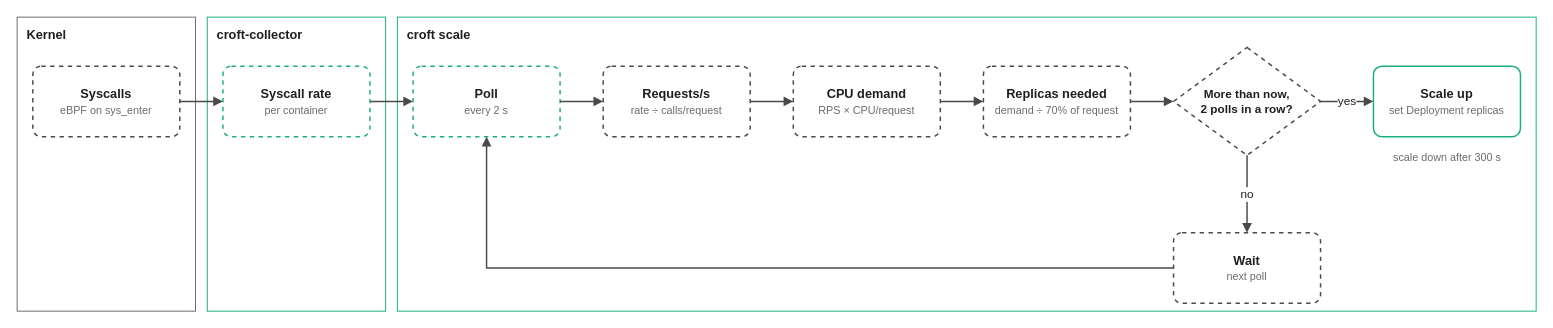
Above: labs/research/experiment/assets/croft-flow.drawio in danielcristho/croft (draw.io), before the change. Source tidied: cells renumbered, new cells numbered last; positions are measured from the earlier drawing's top-left corner, leaving out a move shared by most shapes. Both pictures are drawn from the tidied source at 98%, with x=0, y=0 at pixel (17, 17).
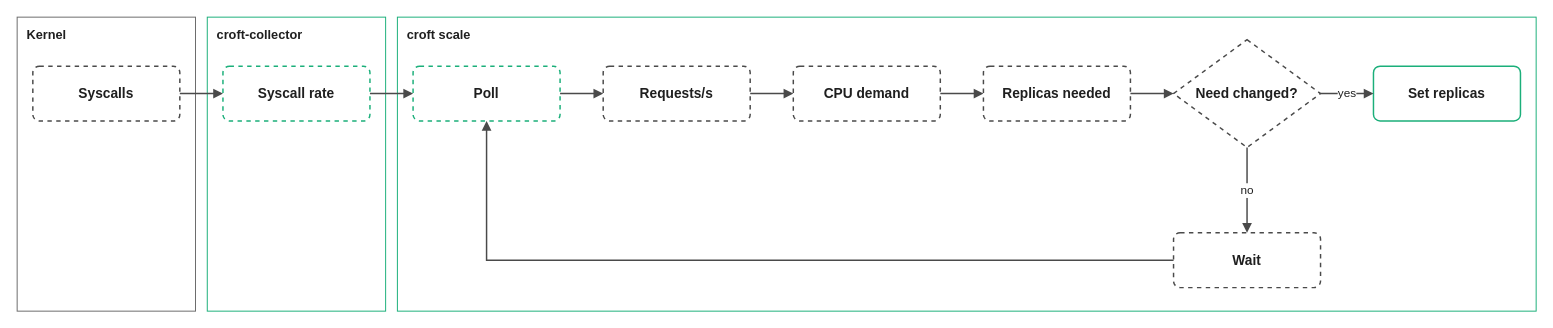
Above is the later version.

Diff of the diagram source:
```diff
@@
-    <mxCell id="5" value="&lt;b&gt;Syscalls&lt;/b&gt;&lt;br&gt;&lt;span style=&quot;font-size:11px;color:#6B6B6B&quot;&gt;eBPF on sys_enter&lt;/span&gt;" style="rounded=1;arcSize=12;whiteSpace=wrap;html=1;fillColor=#FFFFFF;strokeColor=#4A4A4A;strokeWidth=1.5;dashed=1;fontColor=#1F1F1F;fontSize=13;" parent="1" vertex="1">
-      <mxGeometry x="16" y="50" width="150" height="72" as="geometry" />
+    <mxCell id="5" value="&lt;b&gt;Syscalls&lt;/b&gt;" style="rounded=1;arcSize=12;whiteSpace=wrap;html=1;fillColor=#FFFFFF;strokeColor=#4A4A4A;strokeWidth=1.5;dashed=1;fontColor=#1F1F1F;fontSize=14;" parent="1" vertex="1">
+      <mxGeometry x="16" y="50" width="150" height="56" as="geometry" />
     </mxCell>
-    <mxCell id="6" value="&lt;b&gt;Syscall rate&lt;/b&gt;&lt;br&gt;&lt;span style=&quot;font-size:11px;color:#6B6B6B&quot;&gt;per container&lt;/span&gt;" style="rounded=1;arcSize=12;whiteSpace=wrap;html=1;fillColor=#FFFFFF;strokeColor=#1BAF7A;strokeWidth=1.5;dashed=1;fontColor=#1F1F1F;fontSize=13;" parent="1" vertex="1">
-      <mxGeometry x="210" y="50" width="150" height="72" as="geometry" />
+    <mxCell id="6" value="&lt;b&gt;Syscall rate&lt;/b&gt;" style="rounded=1;arcSize=12;whiteSpace=wrap;html=1;fillColor=#FFFFFF;strokeColor=#1BAF7A;strokeWidth=1.5;dashed=1;fontColor=#1F1F1F;fontSize=14;" parent="1" vertex="1">
+      <mxGeometry x="210" y="50" width="150" height="56" as="geometry" />
     </mxCell>
-    <mxCell id="7" value="&lt;b&gt;Poll&lt;/b&gt;&lt;br&gt;&lt;span style=&quot;font-size:11px;color:#6B6B6B&quot;&gt;every 2 s&lt;/span&gt;" style="rounded=1;arcSize=12;whiteSpace=wrap;html=1;fillColor=#FFFFFF;strokeColor=#1BAF7A;strokeWidth=1.5;dashed=1;fontColor=#1F1F1F;fontSize=13;" parent="1" vertex="1">
-      <mxGeometry x="404" y="50" width="150" height="72" as="geometry" />
+    <mxCell id="7" value="&lt;b&gt;Poll&lt;/b&gt;" style="rounded=1;arcSize=12;whiteSpace=wrap;html=1;fillColor=#FFFFFF;strokeColor=#1BAF7A;strokeWidth=1.5;dashed=1;fontColor=#1F1F1F;fontSize=14;" parent="1" vertex="1">
+      <mxGeometry x="404" y="50" width="150" height="56" as="geometry" />
     </mxCell>
-    <mxCell id="8" value="&lt;b&gt;Requests/s&lt;/b&gt;&lt;br&gt;&lt;span style=&quot;font-size:11px;color:#6B6B6B&quot;&gt;rate ÷ calls/request&lt;/span&gt;" style="rounded=1;arcSize=12;whiteSpace=wrap;html=1;fillColor=#FFFFFF;strokeColor=#4A4A4A;strokeWidth=1.5;dashed=1;fontColor=#1F1F1F;fontSize=13;" parent="1" vertex="1">
-      <mxGeometry x="598" y="50" width="150" height="72" as="geometry" />
+    <mxCell id="8" value="&lt;b&gt;Requests/s&lt;/b&gt;" style="rounded=1;arcSize=12;whiteSpace=wrap;html=1;fillColor=#FFFFFF;strokeColor=#4A4A4A;strokeWidth=1.5;dashed=1;fontColor=#1F1F1F;fontSize=14;" parent="1" vertex="1">
+      <mxGeometry x="598" y="50" width="150" height="56" as="geometry" />
     </mxCell>
-    <mxCell id="9" value="&lt;b&gt;CPU demand&lt;/b&gt;&lt;br&gt;&lt;span style=&quot;font-size:11px;color:#6B6B6B&quot;&gt;RPS × CPU/request&lt;/span&gt;" style="rounded=1;arcSize=12;whiteSpace=wrap;html=1;fillColor=#FFFFFF;strokeColor=#4A4A4A;strokeWidth=1.5;dashed=1;fontColor=#1F1F1F;fontSize=13;" parent="1" vertex="1">
-      <mxGeometry x="792" y="50" width="150" height="72" as="geometry" />
+    <mxCell id="9" value="&lt;b&gt;CPU demand&lt;/b&gt;" style="rounded=1;arcSize=12;whiteSpace=wrap;html=1;fillColor=#FFFFFF;strokeColor=#4A4A4A;strokeWidth=1.5;dashed=1;fontColor=#1F1F1F;fontSize=14;" parent="1" vertex="1">
+      <mxGeometry x="792" y="50" width="150" height="56" as="geometry" />
     </mxCell>
-    <mxCell id="10" value="&lt;b&gt;Replicas needed&lt;/b&gt;&lt;br&gt;&lt;span style=&quot;font-size:11px;color:#6B6B6B&quot;&gt;demand ÷ 70% of request&lt;/span&gt;" style="rounded=1;arcSize=12;whiteSpace=wrap;html=1;fillColor=#FFFFFF;strokeColor=#4A4A4A;strokeWidth=1.5;dashed=1;fontColor=#1F1F1F;fontSize=13;" parent="1" vertex="1">
-      <mxGeometry x="986" y="50" width="150" height="72" as="geometry" />
+    <mxCell id="10" value="&lt;b&gt;Replicas needed&lt;/b&gt;" style="rounded=1;arcSize=12;whiteSpace=wrap;html=1;fillColor=#FFFFFF;strokeColor=#4A4A4A;strokeWidth=1.5;dashed=1;fontColor=#1F1F1F;fontSize=14;" parent="1" vertex="1">
+      <mxGeometry x="986" y="50" width="150" height="56" as="geometry" />
     </mxCell>
-    <mxCell id="11" value="More than now,&lt;br&gt;2 polls in a row?" style="rhombus;whiteSpace=wrap;html=1;fillColor=#FFFFFF;strokeColor=#4A4A4A;strokeWidth=1.5;dashed=1;fontColor=#1F1F1F;fontSize=12;fontStyle=1;" parent="1" vertex="1">
-      <mxGeometry x="1180" y="31" width="150" height="110" as="geometry" />
+    <mxCell id="11" value="Need changed?" style="rhombus;whiteSpace=wrap;html=1;fillColor=#FFFFFF;strokeColor=#4A4A4A;strokeWidth=1.5;dashed=1;fontColor=#1F1F1F;fontSize=14;fontStyle=1;" parent="1" vertex="1">
+      <mxGeometry x="1180" y="23" width="150" height="110" as="geometry" />
     </mxCell>
-    <mxCell id="12" value="&lt;b&gt;Scale up&lt;/b&gt;&lt;br&gt;&lt;span style=&quot;font-size:11px;color:#6B6B6B&quot;&gt;set Deployment replicas&lt;/span&gt;" style="rounded=1;arcSize=12;whiteSpace=wrap;html=1;fillColor=#FFFFFF;strokeColor=#1BAF7A;strokeWidth=1.5;dashed=0;fontColor=#1F1F1F;fontSize=13;" parent="1" vertex="1">
-      <mxGeometry x="1384" y="50" width="150" height="72" as="geometry" />
+    <mxCell id="12" value="&lt;b&gt;Set replicas&lt;/b&gt;" style="rounded=1;arcSize=12;whiteSpace=wrap;html=1;fillColor=#FFFFFF;strokeColor=#1BAF7A;strokeWidth=1.5;dashed=0;fontColor=#1F1F1F;fontSize=14;" parent="1" vertex="1">
+      <mxGeometry x="1384" y="50" width="150" height="56" as="geometry" />
     </mxCell>
-    <mxCell id="13" value="&lt;b&gt;Wait&lt;/b&gt;&lt;br&gt;&lt;span style=&quot;font-size:11px;color:#6B6B6B&quot;&gt;next poll&lt;/span&gt;" style="rounded=1;arcSize=12;whiteSpace=wrap;html=1;fillColor=#FFFFFF;strokeColor=#4A4A4A;strokeWidth=1.5;dashed=1;fontColor=#1F1F1F;fontSize=13;" parent="1" vertex="1">
-      <mxGeometry x="1180" y="220" width="150" height="72" as="geometry" />
+    <mxCell id="13" value="&lt;b&gt;Wait&lt;/b&gt;" style="rounded=1;arcSize=12;whiteSpace=wrap;html=1;fillColor=#FFFFFF;strokeColor=#4A4A4A;strokeWidth=1.5;dashed=1;fontColor=#1F1F1F;fontSize=14;" parent="1" vertex="1">
+      <mxGeometry x="1180" y="220" width="150" height="56" as="geometry" />
     </mxCell>
-    <mxCell id="14" value="&lt;span style=&quot;color:#6B6B6B&quot;&gt;scale down after 300 s&lt;/span&gt;" style="text;html=1;align=center;fontSize=11;" parent="1" vertex="1">
-      <mxGeometry x="1384" y="130" width="150" height="20" as="geometry" />
+    <mxCell id="14" style="edgeStyle=orthogonalEdgeStyle;rounded=0;html=1;strokeColor=#4A4A4A;strokeWidth=1.5;endArrow=block;endFill=1;fontColor=#1F1F1F;fontSize=12;labelBackgroundColor=#FFFFFF;exitX=1;exitY=0.5;exitDx=0;exitDy=0;entryX=0;entryY=0.5;entryDx=0;entryDy=0;" parent="1" edge="1" source="5" target="6">
+      <mxGeometry relative="1" as="geometry" />
     </mxCell>
-    <mxCell id="15" style="edgeStyle=orthogonalEdgeStyle;rounded=0;html=1;strokeColor=#4A4A4A;strokeWidth=1.5;endArrow=block;endFill=1;fontColor=#1F1F1F;fontSize=12;labelBackgroundColor=#FFFFFF;exitX=1;exitY=0.5;exitDx=0;exitDy=0;entryX=0;entryY=0.5;entryDx=0;entryDy=0;" parent="1" edge="1" source="5" target="6">
+    <mxCell id="15" style="edgeStyle=orthogonalEdgeStyle;rounded=0;html=1;strokeColor=#4A4A4A;strokeWidth=1.5;endArrow=block;endFill=1;fontColor=#1F1F1F;fontSize=12;labelBackgroundColor=#FFFFFF;exitX=1;exitY=0.5;exitDx=0;exitDy=0;entryX=0;entryY=0.5;entryDx=0;entryDy=0;" parent="1" edge="1" source="6" target="7">
       <mxGeometry relative="1" as="geometry" />
     </mxCell>
-    <mxCell id="16" style="edgeStyle=orthogonalEdgeStyle;rounded=0;html=1;strokeColor=#4A4A4A;strokeWidth=1.5;endArrow=block;endFill=1;fontColor=#1F1F1F;fontSize=12;labelBackgroundColor=#FFFFFF;exitX=1;exitY=0.5;exitDx=0;exitDy=0;entryX=0;entryY=0.5;entryDx=0;entryDy=0;" parent="1" edge="1" source="6" target="7">
+    <mxCell id="16" style="edgeStyle=orthogonalEdgeStyle;rounded=0;html=1;strokeColor=#4A4A4A;strokeWidth=1.5;endArrow=block;endFill=1;fontColor=#1F1F1F;fontSize=12;labelBackgroundColor=#FFFFFF;exitX=1;exitY=0.5;exitDx=0;exitDy=0;entryX=0;entryY=0.5;entryDx=0;entryDy=0;" parent="1" edge="1" source="7" target="8">
       <mxGeometry relative="1" as="geometry" />
     </mxCell>
-    <mxCell id="17" style="edgeStyle=orthogonalEdgeStyle;rounded=0;html=1;strokeColor=#4A4A4A;strokeWidth=1.5;endArrow=block;endFill=1;fontColor=#1F1F1F;fontSize=12;labelBackgroundColor=#FFFFFF;exitX=1;exitY=0.5;exitDx=0;exitDy=0;entryX=0;entryY=0.5;entryDx=0;entryDy=0;" parent="1" edge="1" source="7" target="8">
+    <mxCell id="17" style="edgeStyle=orthogonalEdgeStyle;rounded=0;html=1;strokeColor=#4A4A4A;strokeWidth=1.5;endArrow=block;endFill=1;fontColor=#1F1F1F;fontSize=12;labelBackgroundColor=#FFFFFF;exitX=1;exitY=0.5;exitDx=0;exitDy=0;entryX=0;entryY=0.5;entryDx=0;entryDy=0;" parent="1" edge="1" source="8" target="9">
       <mxGeometry relative="1" as="geometry" />
     </mxCell>
-    <mxCell id="18" style="edgeStyle=orthogonalEdgeStyle;rounded=0;html=1;strokeColor=#4A4A4A;strokeWidth=1.5;endArrow=block;endFill=1;fontColor=#1F1F1F;fontSize=12;labelBackgroundColor=#FFFFFF;exitX=1;exitY=0.5;exitDx=0;exitDy=0;entryX=0;entryY=0.5;entryDx=0;entryDy=0;" parent="1" edge="1" source="8" target="9">
+    <mxCell id="18" style="edgeStyle=orthogonalEdgeStyle;rounded=0;html=1;strokeColor=#4A4A4A;strokeWidth=1.5;endArrow=block;endFill=1;fontColor=#1F1F1F;fontSize=12;labelBackgroundColor=#FFFFFF;exitX=1;exitY=0.5;exitDx=0;exitDy=0;entryX=0;entryY=0.5;entryDx=0;entryDy=0;" parent="1" edge="1" source="9" target="10">
       <mxGeometry relative="1" as="geometry" />
     </mxCell>
-    <mxCell id="19" style="edgeStyle=orthogonalEdgeStyle;rounded=0;html=1;strokeColor=#4A4A4A;strokeWidth=1.5;endArrow=block;endFill=1;fontColor=#1F1F1F;fontSize=12;labelBackgroundColor=#FFFFFF;exitX=1;exitY=0.5;exitDx=0;exitDy=0;entryX=0;entryY=0.5;entryDx=0;entryDy=0;" parent="1" edge="1" source="9" target="10">
+    <mxCell id="19" style="edgeStyle=orthogonalEdgeStyle;rounded=0;html=1;strokeColor=#4A4A4A;strokeWidth=1.5;endArrow=block;endFill=1;fontColor=#1F1F1F;fontSize=12;labelBackgroundColor=#FFFFFF;exitX=1;exitY=0.5;exitDx=0;exitDy=0;entryX=0;entryY=0.5;entryDx=0;entryDy=0;" parent="1" edge="1" source="10" target="11">
       <mxGeometry relative="1" as="geometry" />
     </mxCell>
-    <mxCell id="20" style="edgeStyle=orthogonalEdgeStyle;rounded=0;html=1;strokeColor=#4A4A4A;strokeWidth=1.5;endArrow=block;endFill=1;fontColor=#1F1F1F;fontSize=12;labelBackgroundColor=#FFFFFF;exitX=1;exitY=0.5;exitDx=0;exitDy=0;entryX=0;entryY=0.5;entryDx=0;entryDy=0;" parent="1" edge="1" source="10" target="11">
+    <mxCell id="20" value="yes" style="edgeStyle=orthogonalEdgeStyle;rounded=0;html=1;strokeColor=#4A4A4A;strokeWidth=1.5;endArrow=block;endFill=1;fontColor=#1F1F1F;fontSize=12;labelBackgroundColor=#FFFFFF;exitX=1;exitY=0.5;exitDx=0;exitDy=0;entryX=0;entryY=0.5;entryDx=0;entryDy=0;" parent="1" edge="1" source="11" target="12">
       <mxGeometry relative="1" as="geometry" />
     </mxCell>
-    <mxCell id="21" value="yes" style="edgeStyle=orthogonalEdgeStyle;rounded=0;html=1;strokeColor=#4A4A4A;strokeWidth=1.5;endArrow=block;endFill=1;fontColor=#1F1F1F;fontSize=12;labelBackgroundColor=#FFFFFF;exitX=1;exitY=0.5;exitDx=0;exitDy=0;entryX=0;entryY=0.5;entryDx=0;entryDy=0;" parent="1" edge="1" source="11" target="12">
+    <mxCell id="21" value="no" style="edgeStyle=orthogonalEdgeStyle;rounded=0;html=1;strokeColor=#4A4A4A;strokeWidth=1.5;endArrow=block;endFill=1;fontColor=#1F1F1F;fontSize=12;labelBackgroundColor=#FFFFFF;exitX=0.5;exitY=1;exitDx=0;exitDy=0;entryX=0.5;entryY=0;entryDx=0;entryDy=0;" parent="1" edge="1" source="11" target="13">
       <mxGeometry relative="1" as="geometry" />
     </mxCell>
-    <mxCell id="22" value="no" style="edgeStyle=orthogonalEdgeStyle;rounded=0;html=1;strokeColor=#4A4A4A;strokeWidth=1.5;endArrow=block;endFill=1;fontColor=#1F1F1F;fontSize=12;labelBackgroundColor=#FFFFFF;exitX=0.5;exitY=1;exitDx=0;exitDy=0;entryX=0.5;entryY=0;entryDx=0;entryDy=0;" parent="1" edge="1" source="11" target="13">
-      <mxGeometry relative="1" as="geometry" />
+    <mxCell id="22" style="edgeStyle=orthogonalEdgeStyle;rounded=0;html=1;strokeColor=#4A4A4A;strokeWidth=1.5;endArrow=block;endFill=1;fontColor=#1F1F1F;fontSize=12;labelBackgroundColor=#FFFFFF;exitX=0;exitY=0.5;exitDx=0;exitDy=0;entryX=0.5;entryY=1;entryDx=0;entryDy=0;" parent="1" edge="1" source="13" target="7">
+      <mxGeometry relative="1" as="geometry">
+        <Array as="points">
+          <mxPoint x="479" y="248" />
+        </Array>
+      </mxGeometry>
     </mxCell>
-    <mxCell id="23" style="edgeStyle=orthogonalEdgeStyle;rounded=0;html=1;strokeColor=#4A4A4A;strokeWidth=1.5;endArrow=block;endFill=1;fontColor=#1F1F1F;fontSize=12;labelBackgroundColor=#FFFFFF;exitX=0;exitY=0.5;exitDx=0;exitDy=0;entryX=0.5;entryY=1;entryDx=0;entryDy=0;" parent="1" edge="1" source="13" target="7">
-      <mxGeometry relative="1" as="geometry">
-        <Array as="points">
-          <mxPoint x="479" y="256" />
-        </Array>
-      </mxGeometry>
-    </mxCell>
```
